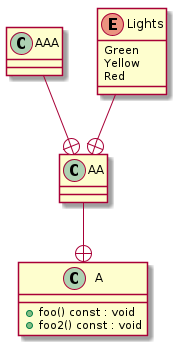
bkryza/clang-uml keeps this PlantUML diagram as docs/test_cases/t00004_class.png. Above is the earlier version.
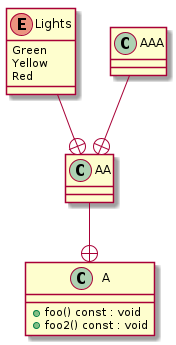
The same file after the commit.

What changed in the source:
```diff
@@ -1,30 +1,26 @@
 @startuml
 class "A" as C_0000000019
-
-class "AA" as C_0000000020
-
-class "AAA" as C_0000000023
-
-enum "Lights" as C_0000000021
-
 class C_0000000019 {
 +foo() const : void
 +foo2() const : void
 }
 
+class "AA" as C_0000000020
 class C_0000000020 {
 }
-C_0000000020 --+ C_0000000019
 
-class C_0000000023 {
-}
-C_0000000023 --+ C_0000000020
-
+enum "Lights" as C_0000000021
 enum C_0000000021 {
 Green
 Yellow
 Red
 }
+
+class "AAA" as C_0000000023
+class C_0000000023 {
+}
+
+C_0000000020 --+ C_0000000019
 C_0000000021 --+ C_0000000020
-
+C_0000000023 --+ C_0000000020
 @enduml
```
